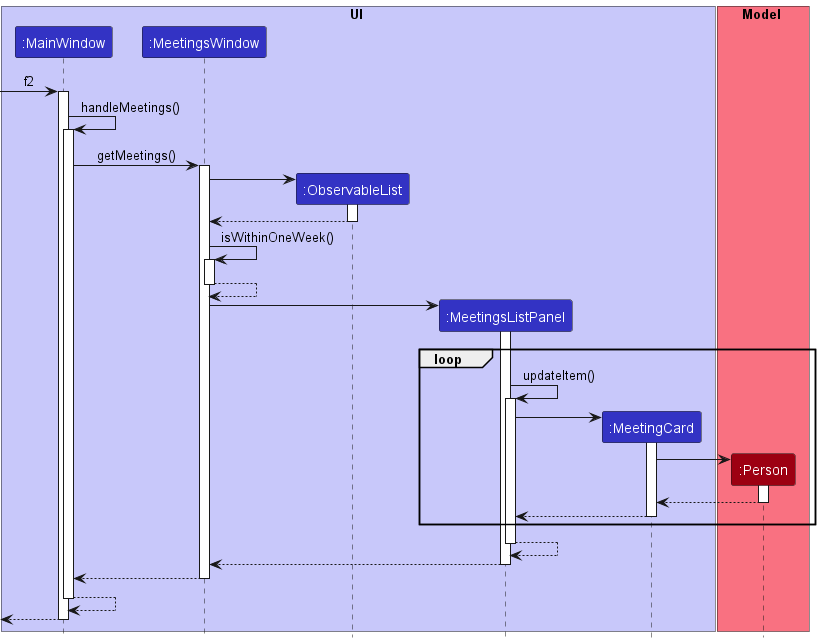
This is docs/images/DeveloperGuide/UpcomingMeetings/UpcomingMeetingSequenceDiagram.png from nus-cs2103-AY2223S1/tp, a PlantUML export, as it was before one commit.
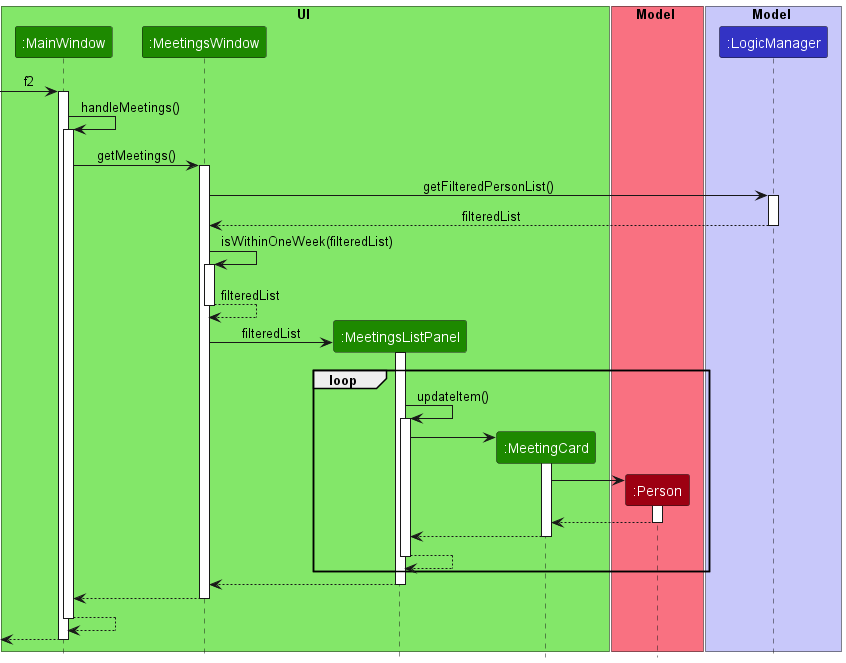
The same file after the commit.

What changed in the source:
```diff
@@ -1,16 +1,19 @@
 @startuml
 !include ../style.puml
 
-box UI LOGIC_COLOR_T1
-participant ":MainWindow" as MainWindow LOGIC_COLOR
-participant ":MeetingsWindow" as MeetingsWindow LOGIC_COLOR
-participant ":ObservableList" as ObservableList LOGIC_COLOR
-participant ":MeetingsListPanel" as MeetingsListPanel LOGIC_COLOR
-participant ":MeetingCard" as MeetingCard LOGIC_COLOR
+box UI UI_COLOR_T1
+participant ":MainWindow" as MainWindow UI_COLOR
+participant ":MeetingsWindow" as MeetingsWindow UI_COLOR
+participant ":MeetingsListPanel" as MeetingsListPanel UI_COLOR
+participant ":MeetingCard" as MeetingCard UI_COLOR
 end box
 
 box Model MODEL_COLOR_T1
 participant ":Person" as Person MODEL_COLOR
+end box
+
+box Model LOGIC_COLOR_T1
+participant ":LogicManager" as LogicManager LOGIC_COLOR
 end box
 
 [-> MainWindow : f2
@@ -22,21 +25,21 @@
 MainWindow -> MeetingsWindow : getMeetings()
 activate MeetingsWindow
 
-create ObservableList
-MeetingsWindow -> ObservableList
-activate ObservableList
+MeetingsWindow -> LogicManager : getFilteredPersonList()
+activate LogicManager
 
-ObservableList --> MeetingsWindow
-deactivate ObservableList
+LogicManager --> MeetingsWindow : filteredList
+deactivate LogicManager
 
-MeetingsWindow -> MeetingsWindow : isWithinOneWeek()
+
+MeetingsWindow -> MeetingsWindow : isWithinOneWeek(filteredList)
 activate MeetingsWindow
 
-MeetingsWindow --> MeetingsWindow
+MeetingsWindow --> MeetingsWindow : filteredList
 deactivate MeetingsWindow
 
 create MeetingsListPanel
-MeetingsWindow -> MeetingsListPanel
+MeetingsWindow -> MeetingsListPanel : filteredList
 activate MeetingsListPanel
 
 loop
@@ -58,10 +61,10 @@
 MeetingCard --> MeetingsListPanel
 deactivate MeetingCard
 
-end
-
 MeetingsListPanel --> MeetingsListPanel
 deactivate MeetingsListPanel
+
+end
 
 MeetingsListPanel --> MeetingsWindow
 deactivate MeetingsListPanel
```
